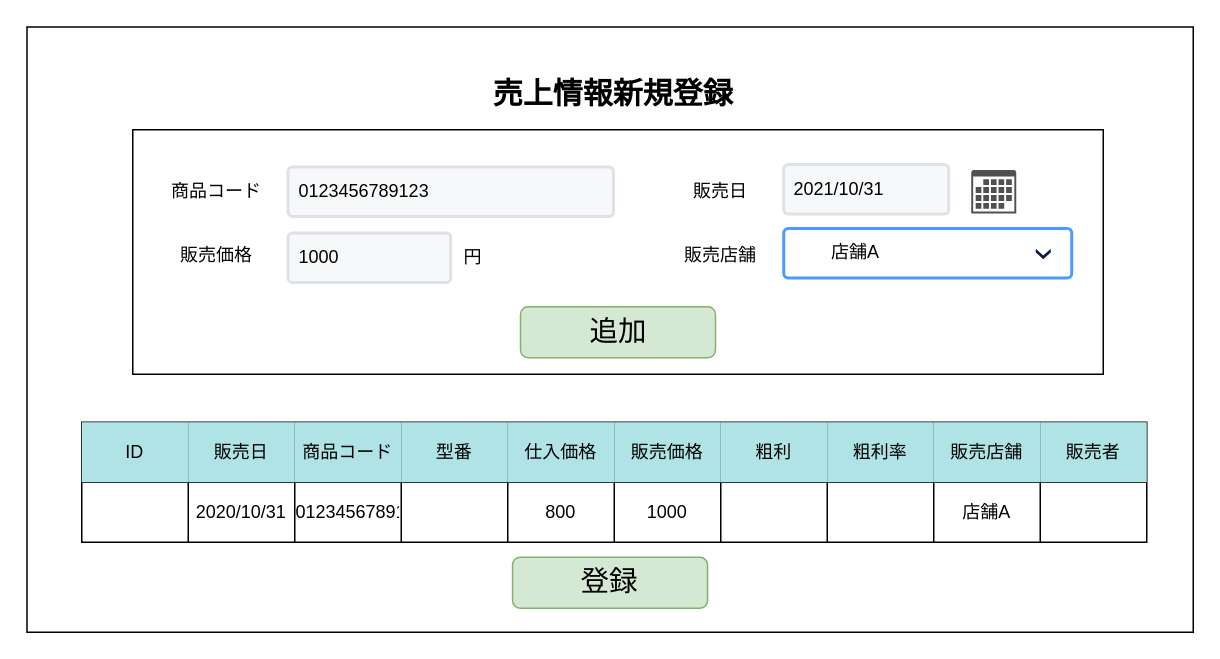
This is page "S11-02 売上情報新規登録" (2 of 3) of 各種設計書/6.画面設計書/S11_売上.drawio from HaruShim/Sotuken, a draw.io file, before an edit. Source tidied: cells renumbered, new cells numbered last; positions are measured from the earlier drawing's top-left corner, leaving out a move shared by most shapes. Both pictures are drawn from the tidied source at 150%, with x=0, y=0 at pixel (26, 26). Pictures stored in the file or linked from it are replaced by grey dashed boxes.
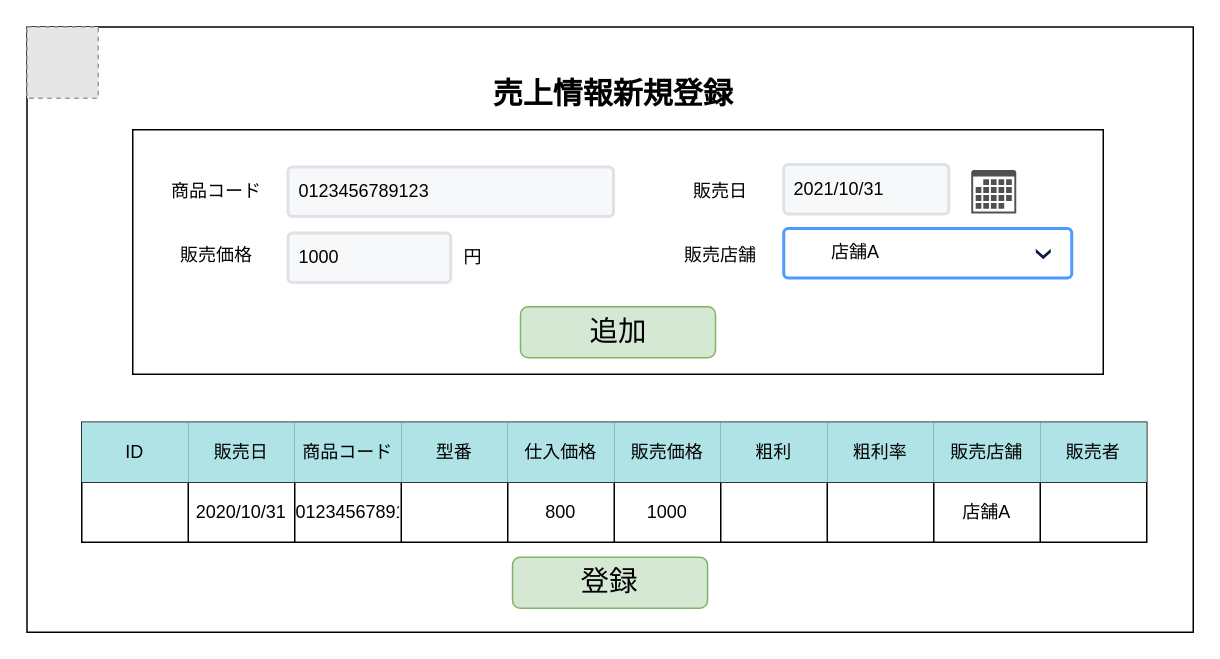
The same page after the edit.

Change to the diagram source:
```diff
@@
+    <mxCell id="43" style="fillColor=#E6E6E6;strokeColor=#999999;dashed=1;html=1;verticalAlign=top;verticalLabelPosition=bottom;labelBackgroundColor=#ffffff;" parent="1" vertex="1">
+      <mxGeometry x="0.5" y="0.5" width="47.5" height="47.5" as="geometry" />
+    </mxCell>
```
